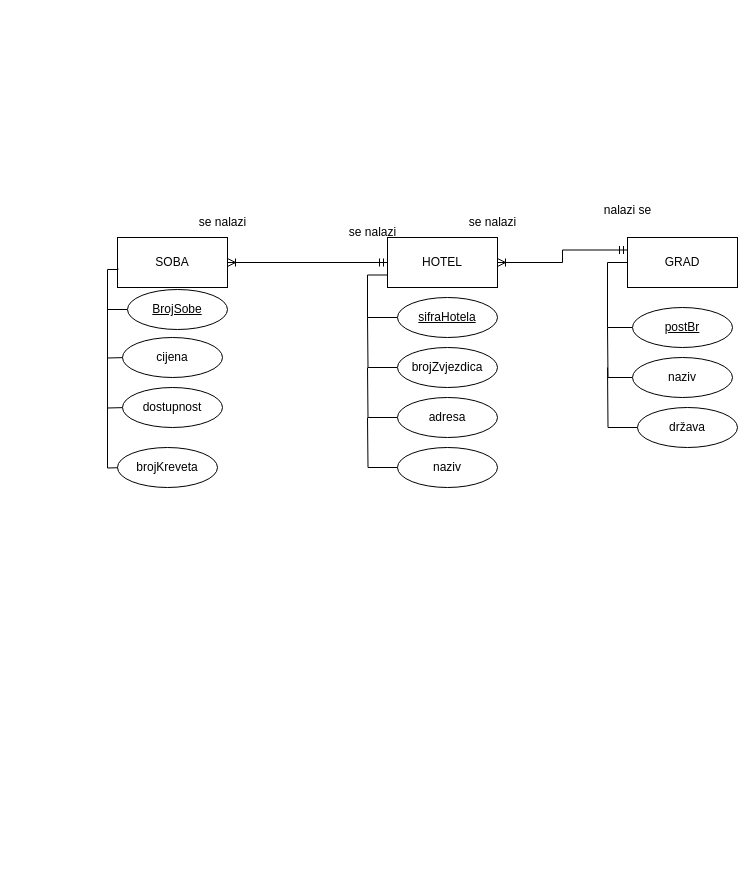
Earlier version of the draw.io diagram BP_vjezba_1_kol.drawio (ivorp95/SQL). Source tidied: cells renumbered, new cells numbered last; positions are measured from the earlier drawing's top-left corner, leaving out a move shared by most shapes. Both pictures are drawn from the tidied source at 100%, with x=0, y=0 at pixel (107, 195).
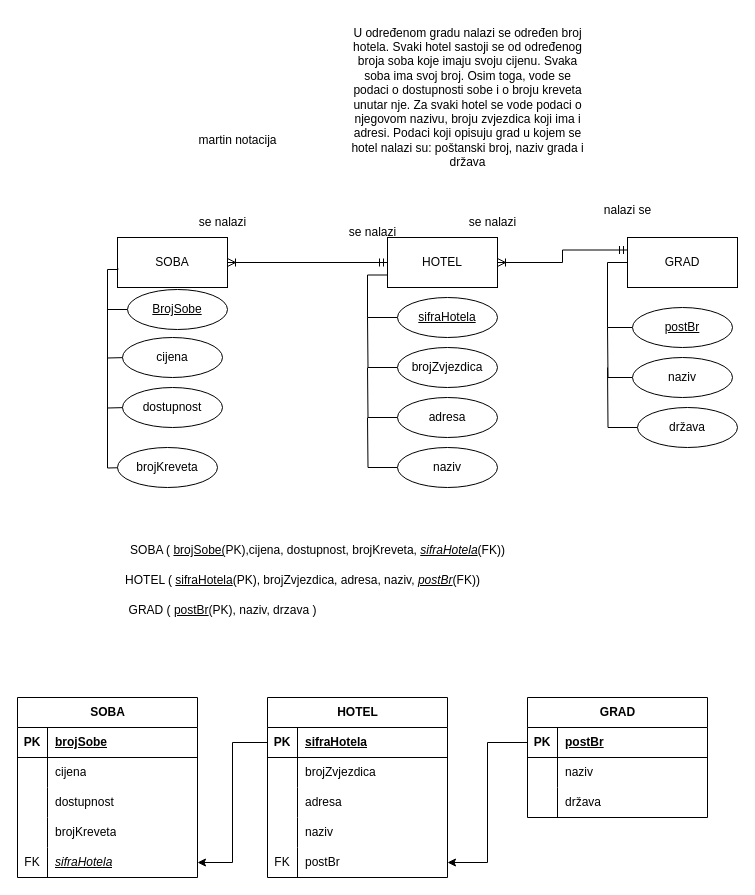
After the change.

What changed in the source:
```diff
@@
+    <mxCell id="33" value="&lt;div&gt;martin notacija&lt;/div&gt;" style="text;html=1;align=center;verticalAlign=middle;strokeColor=none;fillColor=none;" parent="1" vertex="1">
+      <mxGeometry x="80" y="-70" width="100" height="30" as="geometry" />
+    </mxCell>
+    <mxCell id="34" value="SOBA ( &lt;u&gt;brojSobe(&lt;/u&gt;PK),cijena, dostupnost, brojKreveta, &lt;i&gt;&lt;u&gt;sifraHotela&lt;/u&gt;&lt;/i&gt;(FK))" style="text;html=1;align=center;verticalAlign=middle;strokeColor=none;fillColor=none;" parent="1" vertex="1">
+      <mxGeometry x="10" y="340" width="400" height="30" as="geometry" />
+    </mxCell>
+    <mxCell id="35" value="HOTEL ( &lt;u&gt;sifraHotela&lt;/u&gt;(PK), brojZvjezdica, adresa, naziv, &lt;i&gt;&lt;u&gt;postBr&lt;/u&gt;&lt;/i&gt;(FK))" style="text;html=1;align=center;verticalAlign=middle;strokeColor=none;fillColor=none;" parent="1" vertex="1">
+      <mxGeometry x="10" y="370" width="370" height="30" as="geometry" />
+    </mxCell>
+    <mxCell id="36" value="GRAD ( &lt;u&gt;postBr&lt;/u&gt;(PK), naziv, drzava )" style="text;html=1;align=center;verticalAlign=middle;strokeColor=none;fillColor=none;" parent="1" vertex="1">
+      <mxGeometry x="10" y="400" width="210" height="30" as="geometry" />
+    </mxCell>
+    <mxCell id="37" style="edgeStyle=orthogonalEdgeStyle;rounded=0;jettySize=auto;html=1;exitX=0;exitY=0.25;exitDx=0;exitDy=0;" parent="1" edge="1" source="38" target="67">
+      <mxGeometry relative="1" as="geometry" />
+    </mxCell>
+    <mxCell id="38" value="HOTEL" style="shape=table;startSize=30;childLayout=tableLayout;rowLines=0;fontStyle=1;align=center;html=1;" parent="1" vertex="1">
+      <mxGeometry x="160" y="502" width="180" height="180" as="geometry" />
+    </mxCell>
+    <mxCell id="39" style="shape=tableRow;horizontal=0;startSize=0;swimlaneHead=0;swimlaneBody=0;fillColor=none;top=0;left=0;right=0;bottom=1;" parent="38" vertex="1">
+      <mxGeometry y="30" width="180" height="30" as="geometry" />
+    </mxCell>
+    <mxCell id="40" value="PK" style="shape=partialRectangle;fillColor=none;top=0;left=0;bottom=0;right=0;fontStyle=1;overflow=hidden;whiteSpace=wrap;html=1;" parent="39" vertex="1">
+      <mxGeometry width="30" height="30" as="geometry" />
+    </mxCell>
+    <mxCell id="41" value="sifraHotela" style="shape=partialRectangle;fillColor=none;top=0;left=0;bottom=0;right=0;align=left;spacingLeft=6;fontStyle=5;overflow=hidden;whiteSpace=wrap;html=1;" parent="39" vertex="1">
+      <mxGeometry x="30" width="150" height="30" as="geometry" />
+    </mxCell>
+    <mxCell id="42" style="shape=tableRow;horizontal=0;startSize=0;swimlaneHead=0;swimlaneBody=0;fillColor=none;top=0;left=0;right=0;bottom=0;" parent="38" vertex="1">
+      <mxGeometry y="60" width="180" height="30" as="geometry" />
+    </mxCell>
+    <mxCell id="43" style="shape=partialRectangle;fillColor=none;top=0;left=0;bottom=0;right=0;overflow=hidden;whiteSpace=wrap;html=1;" parent="42" vertex="1">
+      <mxGeometry width="30" height="30" as="geometry" />
+    </mxCell>
+    <mxCell id="44" value="&lt;div&gt;brojZvjezdica&lt;/div&gt;" style="shape=partialRectangle;fillColor=none;top=0;left=0;bottom=0;right=0;align=left;spacingLeft=6;overflow=hidden;whiteSpace=wrap;html=1;" parent="42" vertex="1">
+      <mxGeometry x="30" width="150" height="30" as="geometry" />
+    </mxCell>
+    <mxCell id="45" style="shape=tableRow;horizontal=0;startSize=0;swimlaneHead=0;swimlaneBody=0;fillColor=none;top=0;left=0;right=0;bottom=0;" parent="38" vertex="1">
+      <mxGeometry y="90" width="180" height="30" as="geometry" />
+    </mxCell>
+    <mxCell id="46" style="shape=partialRectangle;fillColor=none;top=0;left=0;bottom=0;right=0;overflow=hidden;whiteSpace=wrap;html=1;" parent="45" vertex="1">
+      <mxGeometry width="30" height="30" as="geometry" />
+    </mxCell>
+    <mxCell id="47" value="adresa" style="shape=partialRectangle;fillColor=none;top=0;left=0;bottom=0;right=0;align=left;spacingLeft=6;overflow=hidden;whiteSpace=wrap;html=1;" parent="45" vertex="1">
+      <mxGeometry x="30" width="150" height="30" as="geometry" />
+    </mxCell>
+    <mxCell id="48" style="shape=tableRow;horizontal=0;startSize=0;swimlaneHead=0;swimlaneBody=0;fillColor=none;top=0;left=0;right=0;bottom=0;" parent="38" vertex="1">
+      <mxGeometry y="120" width="180" height="30" as="geometry" />
+    </mxCell>
+    <mxCell id="49" style="shape=partialRectangle;fillColor=none;top=0;left=0;bottom=0;right=0;overflow=hidden;whiteSpace=wrap;html=1;" parent="48" vertex="1">
+      <mxGeometry width="30" height="30" as="geometry" />
+    </mxCell>
+    <mxCell id="50" value="naziv" style="shape=partialRectangle;fillColor=none;top=0;left=0;bottom=0;right=0;align=left;spacingLeft=6;overflow=hidden;whiteSpace=wrap;html=1;" parent="48" vertex="1">
+      <mxGeometry x="30" width="150" height="30" as="geometry" />
+    </mxCell>
+    <mxCell id="51" style="shape=tableRow;horizontal=0;startSize=0;swimlaneHead=0;swimlaneBody=0;fillColor=none;points=[[0,0.5],[1,0.5]];portConstraint=eastwest;top=0;left=0;right=0;bottom=0;" parent="38" vertex="1">
+      <mxGeometry y="150" width="180" height="30" as="geometry" />
+    </mxCell>
+    <mxCell id="52" value="FK" style="shape=partialRectangle;fillColor=none;top=0;left=0;bottom=0;right=0;overflow=hidden;whiteSpace=wrap;html=1;" parent="51" vertex="1">
+      <mxGeometry width="30" height="30" as="geometry" />
+    </mxCell>
+    <mxCell id="53" value="postBr" style="shape=partialRectangle;fillColor=none;top=0;left=0;bottom=0;right=0;align=left;spacingLeft=6;overflow=hidden;whiteSpace=wrap;html=1;" parent="51" vertex="1">
+      <mxGeometry x="30" width="150" height="30" as="geometry" />
+    </mxCell>
+    <mxCell id="54" value="SOBA" style="shape=table;startSize=30;childLayout=tableLayout;rowLines=0;fontStyle=1;align=center;html=1;" parent="1" vertex="1">
+      <mxGeometry x="-90" y="502" width="180" height="180" as="geometry" />
+    </mxCell>
+    <mxCell id="55" style="shape=tableRow;horizontal=0;startSize=0;swimlaneHead=0;swimlaneBody=0;fillColor=none;top=0;left=0;right=0;bottom=1;" parent="54" vertex="1">
+      <mxGeometry y="30" width="180" height="30" as="geometry" />
+    </mxCell>
+    <mxCell id="56" value="PK" style="shape=partialRectangle;fillColor=none;top=0;left=0;bottom=0;right=0;fontStyle=1;overflow=hidden;whiteSpace=wrap;html=1;" parent="55" vertex="1">
+      <mxGeometry width="30" height="30" as="geometry" />
+    </mxCell>
+    <mxCell id="57" value="brojSobe" style="shape=partialRectangle;fillColor=none;top=0;left=0;bottom=0;right=0;align=left;spacingLeft=6;fontStyle=5;overflow=hidden;whiteSpace=wrap;html=1;" parent="55" vertex="1">
+      <mxGeometry x="30" width="150" height="30" as="geometry" />
+    </mxCell>
+    <mxCell id="58" style="shape=tableRow;horizontal=0;startSize=0;swimlaneHead=0;swimlaneBody=0;fillColor=none;top=0;left=0;right=0;bottom=0;" parent="54" vertex="1">
+      <mxGeometry y="60" width="180" height="30" as="geometry" />
+    </mxCell>
+    <mxCell id="59" style="shape=partialRectangle;fillColor=none;top=0;left=0;bottom=0;right=0;overflow=hidden;whiteSpace=wrap;html=1;" parent="58" vertex="1">
+      <mxGeometry width="30" height="30" as="geometry" />
+    </mxCell>
+    <mxCell id="60" value="cijena" style="shape=partialRectangle;fillColor=none;top=0;left=0;bottom=0;right=0;align=left;spacingLeft=6;overflow=hidden;whiteSpace=wrap;html=1;" parent="58" vertex="1">
+      <mxGeometry x="30" width="150" height="30" as="geometry" />
+    </mxCell>
+    <mxCell id="61" style="shape=tableRow;horizontal=0;startSize=0;swimlaneHead=0;swimlaneBody=0;fillColor=none;top=0;left=0;right=0;bottom=0;" parent="54" vertex="1">
+      <mxGeometry y="90" width="180" height="30" as="geometry" />
+    </mxCell>
+    <mxCell id="62" style="shape=partialRectangle;fillColor=none;top=0;left=0;bottom=0;right=0;overflow=hidden;whiteSpace=wrap;html=1;" parent="61" vertex="1">
+      <mxGeometry width="30" height="30" as="geometry" />
+    </mxCell>
+    <mxCell id="63" value="dostupnost" style="shape=partialRectangle;fillColor=none;top=0;left=0;bottom=0;right=0;align=left;spacingLeft=6;overflow=hidden;whiteSpace=wrap;html=1;" parent="61" vertex="1">
+      <mxGeometry x="30" width="150" height="30" as="geometry" />
+    </mxCell>
+    <mxCell id="64" style="shape=tableRow;horizontal=0;startSize=0;swimlaneHead=0;swimlaneBody=0;fillColor=none;top=0;left=0;right=0;bottom=0;" parent="54" vertex="1">
+      <mxGeometry y="120" width="180" height="30" as="geometry" />
+    </mxCell>
+    <mxCell id="65" style="shape=partialRectangle;fillColor=none;top=0;left=0;bottom=0;right=0;overflow=hidden;whiteSpace=wrap;html=1;" parent="64" vertex="1">
+      <mxGeometry width="30" height="30" as="geometry" />
+    </mxCell>
+    <mxCell id="66" value="brojKreveta" style="shape=partialRectangle;fillColor=none;top=0;left=0;bottom=0;right=0;align=left;spacingLeft=6;overflow=hidden;whiteSpace=wrap;html=1;" parent="64" vertex="1">
+      <mxGeometry x="30" width="150" height="30" as="geometry" />
+    </mxCell>
+    <mxCell id="67" style="shape=tableRow;horizontal=0;startSize=0;swimlaneHead=0;swimlaneBody=0;fillColor=none;points=[[0,0.5],[1,0.5]];portConstraint=eastwest;top=0;left=0;right=0;bottom=0;" parent="54" vertex="1">
+      <mxGeometry y="150" width="180" height="30" as="geometry" />
+    </mxCell>
+    <mxCell id="68" value="FK" style="shape=partialRectangle;fillColor=none;top=0;left=0;bottom=0;right=0;overflow=hidden;whiteSpace=wrap;html=1;" parent="67" vertex="1">
+      <mxGeometry width="30" height="30" as="geometry" />
+    </mxCell>
+    <mxCell id="69" value="&lt;u&gt;&lt;i&gt;sifraHotela&lt;/i&gt;&lt;/u&gt;" style="shape=partialRectangle;fillColor=none;top=0;left=0;bottom=0;right=0;align=left;spacingLeft=6;overflow=hidden;whiteSpace=wrap;html=1;" parent="67" vertex="1">
+      <mxGeometry x="30" width="150" height="30" as="geometry" />
+    </mxCell>
+    <mxCell id="70" value="GRAD" style="shape=table;startSize=30;childLayout=tableLayout;rowLines=0;fontStyle=1;align=center;html=1;" parent="1" vertex="1">
+      <mxGeometry x="420" y="502" width="180" height="120" as="geometry" />
+    </mxCell>
+    <mxCell id="71" style="shape=tableRow;horizontal=0;startSize=0;swimlaneHead=0;swimlaneBody=0;fillColor=none;points=[[0,0.5],[1,0.5]];portConstraint=eastwest;top=0;left=0;right=0;bottom=1;" parent="70" vertex="1">
+      <mxGeometry y="30" width="180" height="30" as="geometry" />
+    </mxCell>
+    <mxCell id="72" value="PK" style="shape=partialRectangle;fillColor=none;top=0;left=0;bottom=0;right=0;fontStyle=1;overflow=hidden;whiteSpace=wrap;html=1;" parent="71" vertex="1">
+      <mxGeometry width="30" height="30" as="geometry" />
+    </mxCell>
+    <mxCell id="73" value="postBr" style="shape=partialRectangle;fillColor=none;top=0;left=0;bottom=0;right=0;align=left;spacingLeft=6;fontStyle=5;overflow=hidden;whiteSpace=wrap;html=1;" parent="71" vertex="1">
+      <mxGeometry x="30" width="150" height="30" as="geometry" />
+    </mxCell>
+    <mxCell id="74" style="shape=tableRow;horizontal=0;startSize=0;swimlaneHead=0;swimlaneBody=0;fillColor=none;top=0;left=0;right=0;bottom=0;" parent="70" vertex="1">
+      <mxGeometry y="60" width="180" height="30" as="geometry" />
+    </mxCell>
+    <mxCell id="75" style="shape=partialRectangle;fillColor=none;top=0;left=0;bottom=0;right=0;overflow=hidden;whiteSpace=wrap;html=1;" parent="74" vertex="1">
+      <mxGeometry width="30" height="30" as="geometry" />
+    </mxCell>
+    <mxCell id="76" value="naziv" style="shape=partialRectangle;fillColor=none;top=0;left=0;bottom=0;right=0;align=left;spacingLeft=6;overflow=hidden;whiteSpace=wrap;html=1;" parent="74" vertex="1">
+      <mxGeometry x="30" width="150" height="30" as="geometry" />
+    </mxCell>
+    <mxCell id="77" style="shape=tableRow;horizontal=0;startSize=0;swimlaneHead=0;swimlaneBody=0;fillColor=none;top=0;left=0;right=0;bottom=0;" parent="70" vertex="1">
+      <mxGeometry y="90" width="180" height="30" as="geometry" />
+    </mxCell>
+    <mxCell id="78" style="shape=partialRectangle;fillColor=none;top=0;left=0;bottom=0;right=0;overflow=hidden;whiteSpace=wrap;html=1;" parent="77" vertex="1">
+      <mxGeometry width="30" height="30" as="geometry" />
+    </mxCell>
+    <mxCell id="79" value="država" style="shape=partialRectangle;fillColor=none;top=0;left=0;bottom=0;right=0;align=left;spacingLeft=6;overflow=hidden;whiteSpace=wrap;html=1;" parent="77" vertex="1">
+      <mxGeometry x="30" width="150" height="30" as="geometry" />
+    </mxCell>
+    <mxCell id="80" style="edgeStyle=orthogonalEdgeStyle;rounded=0;jettySize=auto;html=1;exitX=0;exitY=0.5;exitDx=0;exitDy=0;entryX=1;entryY=0.5;entryDx=0;entryDy=0;" parent="1" edge="1" source="71" target="51">
+      <mxGeometry relative="1" as="geometry" />
+    </mxCell>
+    <mxCell id="81" value="U određenom gradu nalazi se određen broj&lt;br&gt;hotela. Svaki hotel sastoji se od određenog&lt;br&gt;broja soba koje imaju svoju cijenu. Svaka&lt;br&gt;soba ima svoj broj. Osim toga, vode se&lt;br&gt;podaci o dostupnosti sobe i o broju kreveta&lt;br&gt;unutar nje. Za svaki hotel se vode podaci o&lt;br&gt;njegovom nazivu, broju zvjezdica koji ima i&lt;br&gt;adresi. Podaci koji opisuju grad u kojem se&lt;br&gt;hotel nalazi su: poštanski broj, naziv grada i&lt;br&gt;država" style="text;html=1;align=center;verticalAlign=middle;strokeColor=none;fillColor=none;" parent="1" vertex="1">
+      <mxGeometry x="230" y="-178" width="260" height="160" as="geometry" />
+    </mxCell>
```
